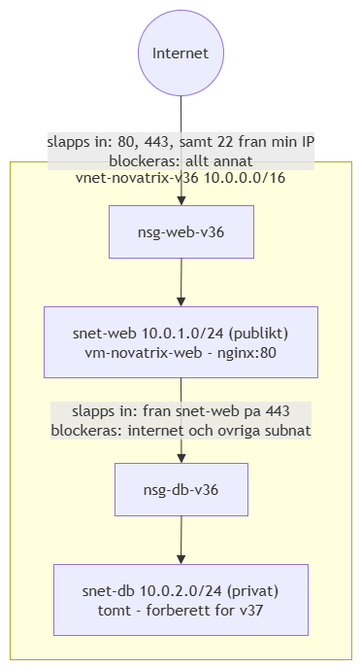
80idralt/azure keeps this draw.io diagram as v36/images/natverksskiss-v36.png. Above is the earlier version. Source tidied: cells renumbered, new cells last; positions are measured from the earlier drawing's top-left corner, leaving out a move shared by most shapes.
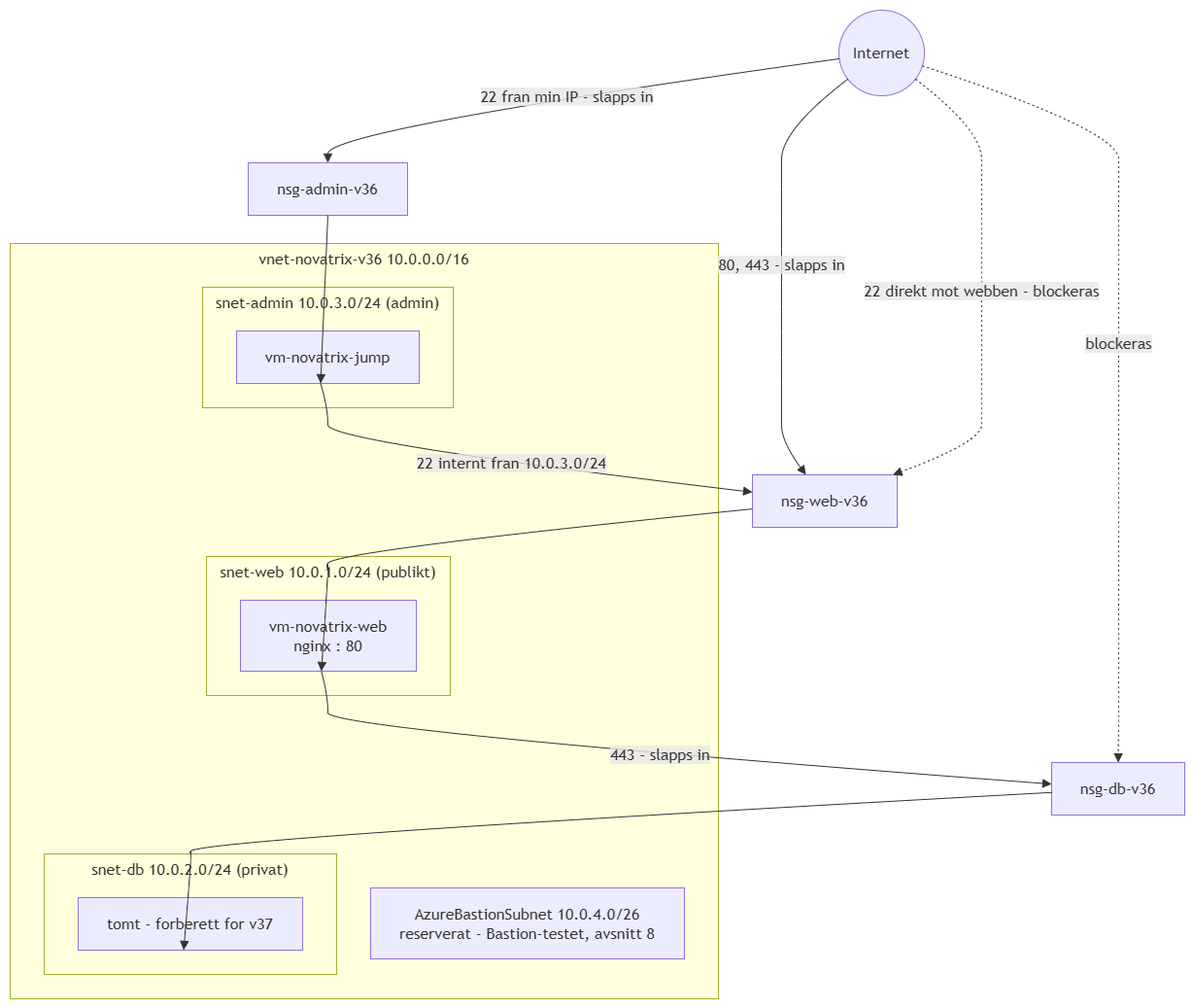
Above is the later version.

Diff of the diagram source:
```diff
@@ -6,34 +6,130 @@
       <mxGeometry as="geometry" />
     </mxCell>
     <mxCell id="3" value="vnet-novatrix-v36 10.0.0.0/16" style="html=1;whiteSpace=wrap;strokeWidth=1;verticalAlign=top;fillColor=light-dark(#ffffde,#1f2020);strokeColor=light-dark(#aaaa33,#cccccc);fontColor=light-dark(#333333,#cccccc);fontFamily=Trebuchet MS,Verdana,Arial,sans-serif;fontSize=16;" parent="2" vertex="1">
-      <mxGeometry x="30" y="186" width="352" height="512" as="geometry" />
+      <mxGeometry x="30" y="270" width="729" height="777" as="geometry" />
     </mxCell>
+    <mxCell id="13" value="snet-web 10.0.1.0/24 (publikt)" style="html=1;whiteSpace=wrap;strokeWidth=1;verticalAlign=top;fillColor=light-dark(#ffffde,#1f2020);strokeColor=light-dark(#aaaa33,#cccccc);fontColor=light-dark(#333333,#cccccc);fontFamily=Trebuchet MS,Verdana,Arial,sans-serif;fontSize=16;" parent="3" vertex="1">
+      <mxGeometry x="202" y="322" width="251" height="143" as="geometry" />
+    </mxCell>
+    <mxCell id="14" value="vm-novatrix-web&#10;nginx : 80" style="html=1;whiteSpace=wrap;strokeWidth=1;fillColor=light-dark(#ECECFF,#1f2020);strokeColor=light-dark(#9370DB,#cccccc);fontColor=light-dark(#333333,#cccccc);fontFamily=Trebuchet MS,Verdana,Arial,sans-serif;fontSize=16;" parent="13" vertex="1">
+      <mxGeometry x="35" y="45" width="181" height="73" as="geometry" />
+    </mxCell>
+    <mxCell id="15" value="snet-admin 10.0.3.0/24 (admin)" style="html=1;whiteSpace=wrap;strokeWidth=1;verticalAlign=top;fillColor=light-dark(#ffffde,#1f2020);strokeColor=light-dark(#aaaa33,#cccccc);fontColor=light-dark(#333333,#cccccc);fontFamily=Trebuchet MS,Verdana,Arial,sans-serif;fontSize=16;" parent="3" vertex="1">
+      <mxGeometry x="198" y="45" width="258" height="124" as="geometry" />
+    </mxCell>
+    <mxCell id="16" value="vm-novatrix-jump" style="html=1;whiteSpace=wrap;strokeWidth=1;fillColor=light-dark(#ECECFF,#1f2020);strokeColor=light-dark(#9370DB,#cccccc);fontColor=light-dark(#333333,#cccccc);fontFamily=Trebuchet MS,Verdana,Arial,sans-serif;fontSize=16;" parent="15" vertex="1">
+      <mxGeometry x="35" y="45" width="188" height="54" as="geometry" />
+    </mxCell>
+    <mxCell id="17" value="snet-db 10.0.2.0/24 (privat)" style="html=1;whiteSpace=wrap;strokeWidth=1;verticalAlign=top;fillColor=light-dark(#ffffde,#1f2020);strokeColor=light-dark(#aaaa33,#cccccc);fontColor=light-dark(#333333,#cccccc);fontFamily=Trebuchet MS,Verdana,Arial,sans-serif;fontSize=16;" parent="3" vertex="1">
+      <mxGeometry x="35" y="628" width="301" height="124" as="geometry" />
+    </mxCell>
+    <mxCell id="18" value="tomt - forberett for v37" style="html=1;whiteSpace=wrap;strokeWidth=1;fillColor=light-dark(#ECECFF,#1f2020);strokeColor=light-dark(#9370DB,#cccccc);fontColor=light-dark(#333333,#cccccc);fontFamily=Trebuchet MS,Verdana,Arial,sans-serif;fontSize=16;" parent="17" vertex="1">
+      <mxGeometry x="35" y="45" width="231" height="54" as="geometry" />
+    </mxCell>
+    <mxCell id="19" value="AzureBastionSubnet 10.0.4.0/26&#10;reserverat - Bastion-testet, avsnitt 8" style="html=1;whiteSpace=wrap;strokeWidth=1;fillColor=light-dark(#ECECFF,#1f2020);strokeColor=light-dark(#9370DB,#cccccc);fontColor=light-dark(#333333,#cccccc);fontFamily=Trebuchet MS,Verdana,Arial,sans-serif;fontSize=16;" parent="3" vertex="1">
+      <mxGeometry x="371" y="663" width="323" height="73" as="geometry" />
+    </mxCell>
+    <mxCell id="11" value="Internet" style="ellipse;html=1;strokeWidth=1;whiteSpace=wrap;fillColor=light-dark(#ECECFF,#1f2020);strokeColor=light-dark(#9370DB,#cccccc);fontColor=light-dark(#333333,#cccccc);fontFamily=Trebuchet MS,Verdana,Arial,sans-serif;fontSize=16;" parent="2" vertex="1">
+      <mxGeometry x="883" y="30" width="88" height="88" as="geometry" />
+    </mxCell>
-    <mxCell id="4" value="nsg-web-v36" style="html=1;whiteSpace=wrap;strokeWidth=1;fillColor=light-dark(#ECECFF,#1f2020);strokeColor=light-dark(#9370DB,#cccccc);fontColor=light-dark(#333333,#cccccc);fontFamily=Trebuchet MS,Verdana,Arial,sans-serif;fontSize=16;" parent="3" vertex="1">
-      <mxGeometry x="102" y="45" width="149" height="54" as="geometry" />
+    <mxCell id="4" value="nsg-web-v36" style="html=1;whiteSpace=wrap;strokeWidth=1;fillColor=light-dark(#ECECFF,#1f2020);strokeColor=light-dark(#9370DB,#cccccc);fontColor=light-dark(#333333,#cccccc);fontFamily=Trebuchet MS,Verdana,Arial,sans-serif;fontSize=16;" parent="2" vertex="1">
+      <mxGeometry x="794" y="508" width="149" height="54" as="geometry" />
     </mxCell>
-    <mxCell id="5" value="snet-web 10.0.1.0/24 (publikt)&#10;vm-novatrix-web - nginx:80" style="html=1;whiteSpace=wrap;strokeWidth=1;fillColor=light-dark(#ECECFF,#1f2020);strokeColor=light-dark(#9370DB,#cccccc);fontColor=light-dark(#333333,#cccccc);fontFamily=Trebuchet MS,Verdana,Arial,sans-serif;fontSize=16;" parent="3" vertex="1">
-      <mxGeometry x="35" y="149" width="282" height="73" as="geometry" />
-    </mxCell>
+    <mxCell id="20" value="nsg-admin-v36" style="html=1;whiteSpace=wrap;strokeWidth=1;fillColor=light-dark(#ECECFF,#1f2020);strokeColor=light-dark(#9370DB,#cccccc);fontColor=light-dark(#333333,#cccccc);fontFamily=Trebuchet MS,Verdana,Arial,sans-serif;fontSize=16;" parent="2" vertex="1">
+      <mxGeometry x="275" y="187" width="164" height="54" as="geometry" />
+    </mxCell>
-    <mxCell id="6" value="nsg-db-v36" style="html=1;whiteSpace=wrap;strokeWidth=1;fillColor=light-dark(#ECECFF,#1f2020);strokeColor=light-dark(#9370DB,#cccccc);fontColor=light-dark(#333333,#cccccc);fontFamily=Trebuchet MS,Verdana,Arial,sans-serif;fontSize=16;" parent="3" vertex="1">
-      <mxGeometry x="108" y="310" width="137" height="54" as="geometry" />
+    <mxCell id="6" value="nsg-db-v36" style="html=1;whiteSpace=wrap;strokeWidth=1;fillColor=light-dark(#ECECFF,#1f2020);strokeColor=light-dark(#9370DB,#cccccc);fontColor=light-dark(#333333,#cccccc);fontFamily=Trebuchet MS,Verdana,Arial,sans-serif;fontSize=16;" parent="2" vertex="1">
+      <mxGeometry x="1102" y="804" width="137" height="54" as="geometry" />
     </mxCell>
-    <mxCell id="7" value="snet-db 10.0.2.0/24 (privat)&#10;tomt - forberett for v37" style="html=1;whiteSpace=wrap;strokeWidth=1;fillColor=light-dark(#ECECFF,#1f2020);strokeColor=light-dark(#9370DB,#cccccc);fontColor=light-dark(#333333,#cccccc);fontFamily=Trebuchet MS,Verdana,Arial,sans-serif;fontSize=16;" parent="3" vertex="1">
-      <mxGeometry x="45" y="414" width="262" height="73" as="geometry" />
-    </mxCell>
-    <mxCell id="8" style="curved=1;startArrow=none;endArrow=block;endSize=7;strokeColor=light-dark(#333333,#cccccc);exitX=0.5;exitY=1;entryX=0.5;entryY=0;rounded=0;" parent="3" edge="1" source="4" target="5">
-      <mxGeometry relative="1" as="geometry" />
-    </mxCell>
-    <mxCell id="9" value="slapps in: fran snet-web pa 443&#10;blockeras: internet och ovriga subnat" style="curved=1;startArrow=none;endArrow=block;endSize=7;strokeColor=light-dark(#333333,#cccccc);html=1;fontSize=16;labelBackgroundColor=light-dark(#E8E8E88D,#2a2a2a8D);fontFamily=Trebuchet MS,Verdana,Arial,sans-serif;fontColor=light-dark(#333333,#cccccc);exitX=0.5;exitY=1;entryX=0.5;entryY=0;rounded=0;" parent="3" edge="1" source="5" target="6">
-      <mxGeometry relative="1" as="geometry" />
-    </mxCell>
-    <mxCell id="10" style="curved=1;startArrow=none;endArrow=block;endSize=7;strokeColor=light-dark(#333333,#cccccc);exitX=0.5;exitY=1;entryX=0.5;entryY=0;rounded=0;" parent="3" edge="1" source="6" target="7">
-      <mxGeometry relative="1" as="geometry" />
-    </mxCell>
-    <mxCell id="11" value="Internet" style="ellipse;html=1;strokeWidth=1;whiteSpace=wrap;fillColor=light-dark(#ECECFF,#1f2020);strokeColor=light-dark(#9370DB,#cccccc);fontColor=light-dark(#333333,#cccccc);fontFamily=Trebuchet MS,Verdana,Arial,sans-serif;fontSize=16;" parent="2" vertex="1">
-      <mxGeometry x="162" y="30" width="88" height="88" as="geometry" />
-    </mxCell>
-    <mxCell id="12" value="slapps in: 80, 443, samt 22 fran min IP&#10;blockeras: allt annat" style="curved=1;startArrow=none;endArrow=block;endSize=7;strokeColor=light-dark(#333333,#cccccc);html=1;fontSize=16;labelBackgroundColor=light-dark(#E8E8E88D,#2a2a2a8D);fontFamily=Trebuchet MS,Verdana,Arial,sans-serif;fontColor=light-dark(#333333,#cccccc);exitX=0.5;exitY=1;entryX=0.5;entryY=0;rounded=0;" parent="2" edge="1" source="11" target="4">
-      <mxGeometry relative="1" as="geometry" />
-    </mxCell>
+    <mxCell id="21" value="80, 443 - slapps in" style="curved=1;startArrow=none;endArrow=block;endSize=7;strokeColor=light-dark(#333333,#cccccc);html=1;fontSize=16;labelBackgroundColor=light-dark(#E8E8E88D,#2a2a2a8D);fontFamily=Trebuchet MS,Verdana,Arial,sans-serif;fontColor=light-dark(#333333,#cccccc);exitX=0;exitY=0.89;entryX=0.37;entryY=0;rounded=0;" parent="2" edge="1" source="11" target="4">
+      <mxGeometry relative="1" as="geometry">
+        <Array as="points">
+          <mxPoint x="824" y="153" />
+          <mxPoint x="824" y="214" />
+          <mxPoint x="824" y="276" />
+          <mxPoint x="824" y="310" />
+          <mxPoint x="824" y="335" />
+          <mxPoint x="824" y="387" />
+          <mxPoint x="824" y="439" />
+          <mxPoint x="824" y="474" />
+        </Array>
+      </mxGeometry>
+    </mxCell>
+    <mxCell id="22" value="22 direkt mot webben - blockeras" style="curved=1;dashed=1;dashPattern=2 3;fixDash=1;startArrow=none;endArrow=block;endSize=7;strokeColor=light-dark(#333333,#cccccc);html=1;fontSize=16;labelBackgroundColor=light-dark(#E8E8E88D,#2a2a2a8D);fontFamily=Trebuchet MS,Verdana,Arial,sans-serif;fontColor=light-dark(#333333,#cccccc);exitX=1;exitY=0.89;entryX=0.97;entryY=0;rounded=0;" parent="2" edge="1" source="11" target="4">
+      <mxGeometry relative="1" as="geometry">
+        <Array as="points">
+          <mxPoint x="1030" y="153" />
+          <mxPoint x="1030" y="214" />
+          <mxPoint x="1030" y="276" />
+          <mxPoint x="1030" y="310" />
+          <mxPoint x="1030" y="335" />
+          <mxPoint x="1030" y="387" />
+          <mxPoint x="1030" y="439" />
+          <mxPoint x="1030" y="474" />
+        </Array>
+      </mxGeometry>
+    </mxCell>
+    <mxCell id="23" value="22 fran min IP - slapps in" style="curved=1;startArrow=none;endArrow=block;endSize=7;strokeColor=light-dark(#333333,#cccccc);html=1;fontSize=16;labelBackgroundColor=light-dark(#E8E8E88D,#2a2a2a8D);fontFamily=Trebuchet MS,Verdana,Arial,sans-serif;fontColor=light-dark(#333333,#cccccc);exitX=0;exitY=0.57;entryX=0.5;entryY=0;rounded=0;" parent="2" edge="1" source="11" target="20">
+      <mxGeometry relative="1" as="geometry">
+        <Array as="points">
+          <mxPoint x="357" y="153" />
+        </Array>
+      </mxGeometry>
+    </mxCell>
+    <mxCell id="24" style="curved=1;startArrow=none;endArrow=block;endSize=7;strokeColor=light-dark(#333333,#cccccc);exitX=0;exitY=0.65;entryX=0.46;entryY=1;rounded=0;" parent="2" edge="1" source="4" target="14">
+      <mxGeometry relative="1" as="geometry">
+        <Array as="points">
+          <mxPoint x="357" y="587" />
+          <mxPoint x="357" y="612" />
+        </Array>
+      </mxGeometry>
+    </mxCell>
+    <mxCell id="25" style="curved=1;startArrow=none;endArrow=block;endSize=7;strokeColor=light-dark(#333333,#cccccc);exitX=0.5;exitY=1;entryX=0.46;entryY=1;rounded=0;" parent="2" edge="1" source="20" target="16">
+      <mxGeometry relative="1" as="geometry" />
+    </mxCell>
+    <mxCell id="26" value="22 internt fran 10.0.3.0/24" style="curved=1;startArrow=none;endArrow=block;endSize=7;strokeColor=light-dark(#333333,#cccccc);html=1;fontSize=16;labelBackgroundColor=light-dark(#E8E8E88D,#2a2a2a8D);fontFamily=Trebuchet MS,Verdana,Arial,sans-serif;fontColor=light-dark(#333333,#cccccc);exitX=0.46;exitY=1;entryX=0;entryY=0.33;rounded=0;" parent="2" edge="1" source="16" target="4">
+      <mxGeometry relative="1" as="geometry">
+        <Array as="points">
+          <mxPoint x="357" y="439" />
+          <mxPoint x="357" y="474" />
+        </Array>
+      </mxGeometry>
+    </mxCell>
+    <mxCell id="27" value="443 - slapps in" style="curved=1;startArrow=none;endArrow=block;endSize=7;strokeColor=light-dark(#333333,#cccccc);html=1;fontSize=16;labelBackgroundColor=light-dark(#E8E8E88D,#2a2a2a8D);fontFamily=Trebuchet MS,Verdana,Arial,sans-serif;fontColor=light-dark(#333333,#cccccc);exitX=0.46;exitY=1;entryX=0;entryY=0.41;rounded=0;" parent="2" edge="1" source="14" target="6">
+      <mxGeometry relative="1" as="geometry">
+        <Array as="points">
+          <mxPoint x="357" y="735" />
+          <mxPoint x="357" y="770" />
+        </Array>
+      </mxGeometry>
+    </mxCell>
+    <mxCell id="28" style="curved=1;startArrow=none;endArrow=block;endSize=7;strokeColor=light-dark(#333333,#cccccc);exitX=0;exitY=0.57;entryX=0.47;entryY=1;rounded=0;" parent="2" edge="1" source="6" target="18">
+      <mxGeometry relative="1" as="geometry">
+        <Array as="points">
+          <mxPoint x="216" y="883" />
+          <mxPoint x="216" y="908" />
+        </Array>
+      </mxGeometry>
+    </mxCell>
+    <mxCell id="29" value="blockeras" style="curved=1;dashed=1;dashPattern=2 3;fixDash=1;startArrow=none;endArrow=block;endSize=7;strokeColor=light-dark(#333333,#cccccc);html=1;fontSize=16;labelBackgroundColor=light-dark(#E8E8E88D,#2a2a2a8D);fontFamily=Trebuchet MS,Verdana,Arial,sans-serif;fontColor=light-dark(#333333,#cccccc);exitX=1;exitY=0.66;entryX=0.5;entryY=0;rounded=0;" parent="2" edge="1" source="11" target="6">
+      <mxGeometry relative="1" as="geometry">
+        <Array as="points">
+          <mxPoint x="1171" y="153" />
+          <mxPoint x="1171" y="214" />
+          <mxPoint x="1171" y="276" />
+          <mxPoint x="1171" y="310" />
+          <mxPoint x="1171" y="335" />
+          <mxPoint x="1171" y="387" />
+          <mxPoint x="1171" y="439" />
+          <mxPoint x="1171" y="474" />
+          <mxPoint x="1171" y="535" />
+          <mxPoint x="1171" y="587" />
+          <mxPoint x="1171" y="612" />
+          <mxPoint x="1171" y="674" />
+          <mxPoint x="1171" y="735" />
+          <mxPoint x="1171" y="770" />
+        </Array>
+      </mxGeometry>
+    </mxCell>
   </root>
 </mxGraphModel>
```
